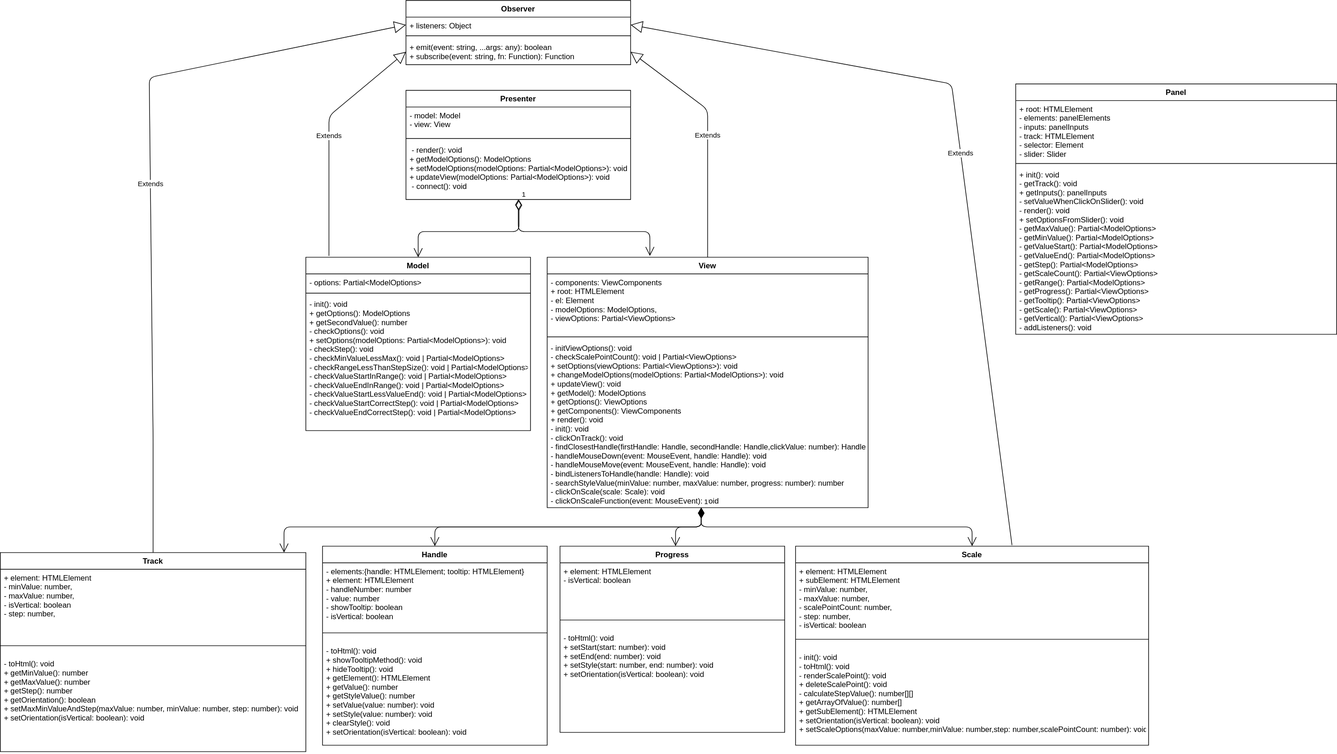
inconsumable1812/Slider keeps this draw.io diagram as UML.svg. Above is the earlier version. Source tidied: cells renumbered, new cells last; positions are measured from the earlier drawing's top-left corner, leaving out a move shared by most shapes.
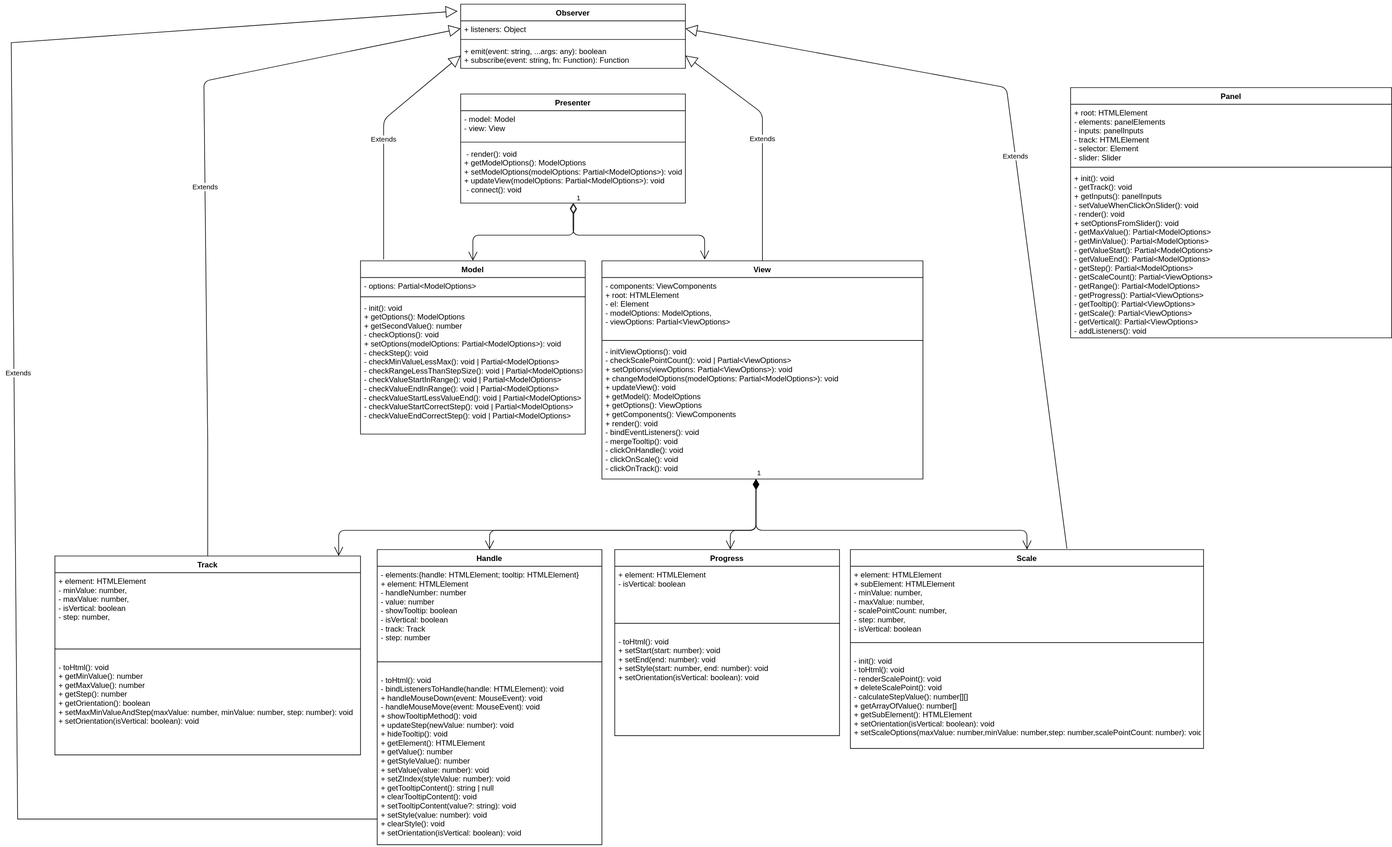
Above is the later version.

What changed in the source:
```diff
@@ -15,7 +15,7 @@
       <mxGeometry y="60" width="350" height="210" as="geometry" />
     </mxCell>
     <mxCell id="6" value="View" style="swimlane;fontStyle=1;align=center;verticalAlign=top;horizontal=1;startSize=26;fontColor=default;strokeColor=default;fillColor=default;gradientColor=none;" parent="1" vertex="1">
-      <mxGeometry x="852" y="400" width="500" height="390" as="geometry" />
+      <mxGeometry x="852" y="400" width="500" height="340" as="geometry" />
     </mxCell>
     <mxCell id="7" value="- components: ViewComponents&#10;+ root: HTMLElement&#10;- el: Element&#10;- modelOptions: ModelOptions,&#10;- viewOptions: Partial&lt;ViewOptions&gt; " style="text;strokeColor=none;fillColor=none;align=left;verticalAlign=top;spacingLeft=4;spacingRight=4;overflow=hidden;" parent="6" vertex="1">
       <mxGeometry y="26" width="500" height="94" as="geometry" />
@@ -23,8 +23,8 @@
     <mxCell id="8" style="line;strokeWidth=1;fillColor=none;align=left;verticalAlign=middle;spacingTop=-1;spacingLeft=3;spacingRight=3;labelPosition=right;" parent="6" vertex="1">
       <mxGeometry y="120" width="500" height="8" as="geometry" />
     </mxCell>
-    <mxCell id="9" value="- initViewOptions(): void&#10;- checkScalePointCount(): void | Partial&lt;ViewOptions&gt;&#10;+ setOptions(viewOptions: Partial&lt;ViewOptions&gt;): void&#10;+ changeModelOptions(modelOptions: Partial&lt;ModelOptions&gt;): void&#10;+ updateView(): void&#10;+ getModel(): ModelOptions&#10;+ getOptions(): ViewOptions&#10;+ getComponents(): ViewComponents&#10;+ render(): void&#10;- init(): void&#10;- clickOnTrack(): void&#10;- findClosestHandle(firstHandle: Handle, secondHandle: Handle,clickValue: number): Handle&#10;- handleMouseDown(event: MouseEvent, handle: Handle): void&#10;- handleMouseMove(event: MouseEvent, handle: Handle): void&#10;- bindListenersToHandle(handle: Handle): void&#10;- searchStyleValue(minValue: number, maxValue: number, progress: number): number&#10;- clickOnScale(scale: Scale): void&#10;- clickOnScaleFunction(event: MouseEvent): void" style="text;strokeColor=none;fillColor=none;align=left;verticalAlign=top;spacingLeft=4;spacingRight=4;overflow=hidden;points=[[0,0.5],[1,0.5]];portConstraint=eastwest;" parent="6" vertex="1">
-      <mxGeometry y="128" width="500" height="262" as="geometry" />
+    <mxCell id="9" value="- initViewOptions(): void&#10;- checkScalePointCount(): void | Partial&lt;ViewOptions&gt;&#10;+ setOptions(viewOptions: Partial&lt;ViewOptions&gt;): void&#10;+ changeModelOptions(modelOptions: Partial&lt;ModelOptions&gt;): void&#10;+ updateView(): void&#10;+ getModel(): ModelOptions&#10;+ getOptions(): ViewOptions&#10;+ getComponents(): ViewComponents&#10;+ render(): void&#10;- bindEventListeners(): void&#10;- mergeTooltip(): void&#10;- clickOnHandle(): void&#10;- clickOnScale(): void&#10;- clickOnTrack(): void" style="text;strokeColor=none;fillColor=none;align=left;verticalAlign=top;spacingLeft=4;spacingRight=4;overflow=hidden;points=[[0,0.5],[1,0.5]];portConstraint=eastwest;fontColor=default;" parent="6" vertex="1">
+      <mxGeometry y="128" width="500" height="212" as="geometry" />
     </mxCell>
     <mxCell id="10" value="Presenter" style="swimlane;fontStyle=1;align=center;verticalAlign=top;horizontal=1;startSize=26;strokeColor=default;fillColor=default;gradientColor=none;" parent="1" vertex="1">
       <mxGeometry x="632" y="140" width="350" height="170" as="geometry" />
@@ -50,17 +50,17 @@
     <mxCell id="17" value="+ emit(event: string, ...args: any): boolean&#10;+ subscribe(event: string, fn: Function): Function" style="text;strokeColor=none;fillColor=none;align=left;verticalAlign=top;spacingLeft=4;spacingRight=4;overflow=hidden;points=[[0,0.5],[1,0.5]];portConstraint=eastwest;fontColor=default;" parent="14" vertex="1">
       <mxGeometry y="60" width="350" height="40" as="geometry" />
     </mxCell>
-    <mxCell id="18" value="Handle" style="swimlane;fontStyle=1;align=center;verticalAlign=top;horizontal=1;startSize=26;strokeColor=default;fillColor=default;gradientColor=none;" parent="1" vertex="1">
-      <mxGeometry x="502" y="850" width="350" height="310" as="geometry" />
+    <mxCell id="18" value="Handle" style="swimlane;fontStyle=1;align=center;verticalAlign=top;horizontal=1;startSize=26;strokeColor=default;fillColor=default;gradientColor=none;fontColor=default;" parent="1" vertex="1">
+      <mxGeometry x="502" y="850" width="350" height="460" as="geometry" />
     </mxCell>
-    <mxCell id="19" value="- elements:{handle: HTMLElement; tooltip: HTMLElement}&#10;+ element: HTMLElement&#10;- handleNumber: number &#10;- value: number &#10;- showTooltip: boolean&#10;- isVertical: boolean" style="text;strokeColor=none;fillColor=none;align=left;verticalAlign=top;spacingLeft=4;spacingRight=4;overflow=hidden;" parent="18" vertex="1">
-      <mxGeometry y="26" width="350" height="94" as="geometry" />
+    <mxCell id="19" value="- elements:{handle: HTMLElement; tooltip: HTMLElement}&#10;+ element: HTMLElement&#10;- handleNumber: number &#10;- value: number &#10;- showTooltip: boolean&#10;- isVertical: boolean&#10;- track: Track&#10;- step: number" style="text;strokeColor=none;fillColor=none;align=left;verticalAlign=top;spacingLeft=4;spacingRight=4;overflow=hidden;fontColor=default;" parent="18" vertex="1">
+      <mxGeometry y="26" width="350" height="134" as="geometry" />
     </mxCell>
-    <mxCell id="20" style="line;strokeWidth=1;fillColor=none;align=left;verticalAlign=middle;spacingTop=-1;spacingLeft=3;spacingRight=3;labelPosition=right;" parent="18" vertex="1">
-      <mxGeometry y="120" width="350" height="30" as="geometry" />
+    <mxCell id="20" style="line;strokeWidth=1;fillColor=none;align=left;verticalAlign=middle;spacingTop=-1;spacingLeft=3;spacingRight=3;labelPosition=right;strokeColor=default;labelBackgroundColor=default;fontColor=default;" parent="18" vertex="1">
+      <mxGeometry y="160" width="350" height="30" as="geometry" />
     </mxCell>
-    <mxCell id="21" value="- toHtml(): void&#10;+ showTooltipMethod(): void&#10;+ hideTooltip(): void&#10;+ getElement(): HTMLElement&#10;+ getValue(): number&#10;+ getStyleValue(): number&#10;+ setValue(value: number): void&#10;+ setStyle(value: number): void&#10;+ clearStyle(): void&#10;+ setOrientation(isVertical: boolean): void" style="text;strokeColor=none;fillColor=none;align=left;verticalAlign=top;spacingLeft=4;spacingRight=4;overflow=hidden;fontColor=default;" parent="18" vertex="1">
-      <mxGeometry y="150" width="350" height="160" as="geometry" />
+    <mxCell id="21" value="- toHtml(): void&#10;- bindListenersToHandle(handle: HTMLElement): void&#10;+ handleMouseDown(event: MouseEvent): void&#10;- handleMouseMove(event: MouseEvent): void&#10;+ showTooltipMethod(): void&#10;+ updateStep(newValue: number): void&#10;+ hideTooltip(): void&#10;+ getElement(): HTMLElement&#10;+ getValue(): number&#10;+ getStyleValue(): number&#10;+ setValue(value: number): void&#10;+ setZIndex(styleValue: number): void&#10;+ getTooltipContent(): string | null&#10;+ clearTooltipContent(): void&#10;+ setTooltipContent(value?: string): void&#10;+ setStyle(value: number): void&#10;+ clearStyle(): void&#10;+ setOrientation(isVertical: boolean): void" style="text;strokeColor=none;fillColor=none;align=left;verticalAlign=top;spacingLeft=4;spacingRight=4;overflow=hidden;fontColor=default;" parent="18" vertex="1">
+      <mxGeometry y="190" width="350" height="270" as="geometry" />
     </mxCell>
     <mxCell id="22" value="Progress" style="swimlane;fontStyle=1;align=center;verticalAlign=top;horizontal=1;startSize=26;strokeColor=default;fillColor=default;gradientColor=none;" parent="1" vertex="1">
       <mxGeometry x="872" y="850" width="350" height="290" as="geometry" />
@@ -99,16 +99,16 @@
       <mxGeometry y="160" width="476" height="150" as="geometry" />
     </mxCell>
     <mxCell id="34" value="1" style="endArrow=open;html=1;endSize=12;startArrow=diamondThin;startSize=14;startFill=1;edgeStyle=orthogonalEdgeStyle;align=left;verticalAlign=bottom;fontColor=default;entryX=0.5;entryY=0;entryDx=0;entryDy=0;" parent="1" edge="1" source="9" target="18">
-      <mxGeometry x="-1" y="3" relative="1" as="geometry">
+      <mxGeometry x="-1" relative="1" as="geometry">
         <Array as="points">
           <mxPoint x="1092" y="820" />
           <mxPoint x="677" y="820" />
         </Array>
       </mxGeometry>
     </mxCell>
-    <mxCell id="35" value="1" style="endArrow=open;html=1;endSize=12;startArrow=diamondThin;startSize=14;startFill=1;edgeStyle=orthogonalEdgeStyle;align=left;verticalAlign=bottom;fontColor=default;" parent="1" edge="1">
-      <mxGeometry x="-1" y="3" relative="1" as="geometry">
-        <mxPoint x="1092" y="790" as="sourcePoint" />
+    <mxCell id="35" value="1" style="endArrow=open;html=1;endSize=12;startArrow=diamondThin;startSize=14;startFill=1;edgeStyle=orthogonalEdgeStyle;align=left;verticalAlign=bottom;fontColor=default;strokeColor=default;labelBackgroundColor=default;" parent="1" edge="1">
+      <mxGeometry x="-1" relative="1" as="geometry">
+        <mxPoint x="1092" y="740" as="sourcePoint" />
         <mxPoint x="1052" y="850" as="targetPoint" />
         <Array as="points">
           <mxPoint x="1092" y="820" />
@@ -116,18 +116,18 @@
         </Array>
       </mxGeometry>
     </mxCell>
-    <mxCell id="36" value="1" style="endArrow=open;html=1;endSize=12;startArrow=diamondThin;startSize=14;startFill=1;edgeStyle=orthogonalEdgeStyle;align=left;verticalAlign=bottom;fontColor=default;entryX=0.5;entryY=0;entryDx=0;entryDy=0;" parent="1" edge="1" target="26">
+    <mxCell id="36" style="endArrow=open;html=1;endSize=12;startArrow=diamondThin;startSize=14;startFill=1;edgeStyle=orthogonalEdgeStyle;align=left;verticalAlign=bottom;fontColor=default;entryX=0.5;entryY=0;entryDx=0;entryDy=0;strokeColor=default;labelBackgroundColor=default;" parent="1" edge="1" target="26">
       <mxGeometry x="-1" y="3" relative="1" as="geometry">
-        <mxPoint x="1092" y="790" as="sourcePoint" />
+        <mxPoint x="1092" y="740" as="sourcePoint" />
         <Array as="points">
           <mxPoint x="1092" y="820" />
           <mxPoint x="1514" y="820" />
         </Array>
       </mxGeometry>
     </mxCell>
-    <mxCell id="37" value="1" style="endArrow=open;html=1;endSize=12;startArrow=diamondThin;startSize=14;startFill=1;edgeStyle=orthogonalEdgeStyle;align=left;verticalAlign=bottom;fontColor=default;" parent="1" edge="1">
+    <mxCell id="37" style="endArrow=open;html=1;endSize=12;startArrow=diamondThin;startSize=14;startFill=1;edgeStyle=orthogonalEdgeStyle;align=left;verticalAlign=bottom;fontColor=default;strokeColor=default;labelBackgroundColor=default;" parent="1" edge="1">
       <mxGeometry x="-1" y="3" relative="1" as="geometry">
-        <mxPoint x="1092" y="790" as="sourcePoint" />
+        <mxPoint x="1092" y="740" as="sourcePoint" />
         <mxPoint x="442" y="860" as="targetPoint" />
         <Array as="points">
           <mxPoint x="1092" y="820" />
@@ -196,5 +196,15 @@
         </Array>
       </mxGeometry>
     </mxCell>
+    <mxCell id="48" value="Extends" style="endArrow=block;endSize=16;endFill=0;html=1;rounded=0;strokeColor=default;labelBackgroundColor=default;fontColor=default;entryX=-0.014;entryY=0.108;entryDx=0;entryDy=0;entryPerimeter=0;" parent="1" edge="1" target="14">
+      <mxGeometry x="0.02" y="-7" relative="1" as="geometry">
+        <mxPoint x="502" y="1270" as="sourcePoint" />
+        <Array as="points">
+          <mxPoint x="502" y="1270" />
+          <mxPoint x="-58" y="1270" />
+          <mxPoint x="-68" y="60" />
+        </Array>
+      </mxGeometry>
+    </mxCell>
   </root>
 </mxGraphModel>
```
